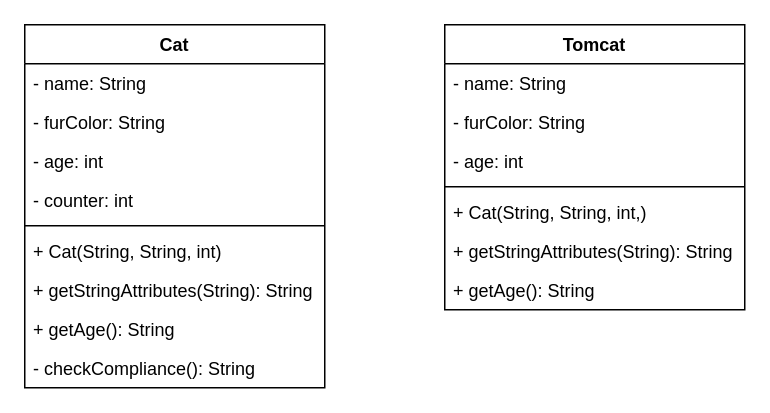
S-H1990/03b_Vererbung_Inheritance keeps this draw.io diagram as page "Cat-Tomcat" (3 of 4) of klassendiagramm.drawio. Above is the earlier version. Source tidied: cells renumbered, new cells numbered last; positions are measured from the earlier drawing's top-left corner, leaving out a move shared by most shapes. Both pictures are drawn from the tidied source at 150%, with x=0, y=0 at pixel (24, 24).
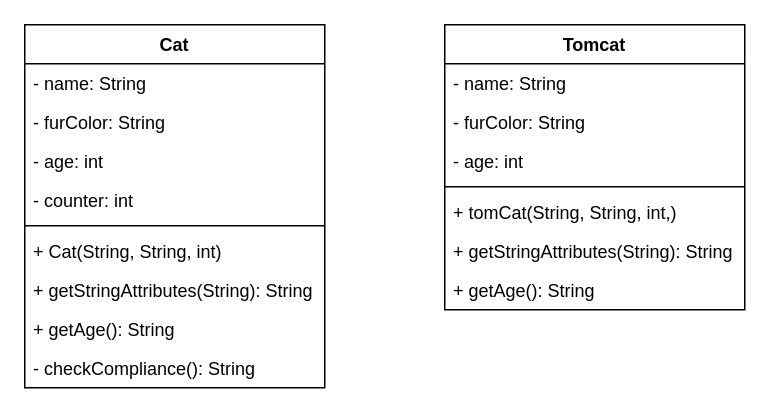
Above is the later version.

What changed in the source:
```diff
@@
 <mxGraphModel>
   <root>
     <mxCell id="0" />
     <mxCell id="1" parent="0" />
     <mxCell id="2" value="Cat" style="swimlane;fontStyle=1;align=center;verticalAlign=top;horizontal=1;startSize=26;" parent="1" vertex="1">
       <mxGeometry width="200" height="242" as="geometry" />
     </mxCell>
     <mxCell id="3" value="- name: String" style="text;strokeColor=none;fillColor=none;align=left;verticalAlign=top;spacingLeft=4;spacingRight=4;overflow=hidden;" parent="2" vertex="1">
       <mxGeometry y="26" width="200" height="26" as="geometry" />
     </mxCell>
     <mxCell id="4" value="- furColor: String" style="text;strokeColor=none;fillColor=none;align=left;verticalAlign=top;spacingLeft=4;spacingRight=4;overflow=hidden;" parent="2" vertex="1">
       <mxGeometry y="52" width="200" height="26" as="geometry" />
     </mxCell>
     <mxCell id="5" value="- age: int" style="text;strokeColor=none;fillColor=none;align=left;verticalAlign=top;spacingLeft=4;spacingRight=4;overflow=hidden;" parent="2" vertex="1">
       <mxGeometry y="78" width="200" height="26" as="geometry" />
     </mxCell>
     <mxCell id="6" value="- counter: int" style="text;strokeColor=none;fillColor=none;align=left;verticalAlign=top;spacingLeft=4;spacingRight=4;overflow=hidden;" parent="2" vertex="1">
       <mxGeometry y="104" width="200" height="26" as="geometry" />
     </mxCell>
     <mxCell id="7" style="line;strokeWidth=1;fillColor=none;align=left;verticalAlign=middle;spacingTop=-1;spacingLeft=3;spacingRight=3;labelPosition=right;strokeColor=inherit;" parent="2" vertex="1">
       <mxGeometry y="130" width="200" height="8" as="geometry" />
     </mxCell>
     <mxCell id="8" value="+ Cat(String, String, int)" style="text;strokeColor=none;fillColor=none;align=left;verticalAlign=top;spacingLeft=4;spacingRight=4;overflow=hidden;" parent="2" vertex="1">
       <mxGeometry y="138" width="200" height="26" as="geometry" />
     </mxCell>
     <mxCell id="9" value="+ getStringAttributes(String): String" style="text;strokeColor=none;fillColor=none;align=left;verticalAlign=top;spacingLeft=4;spacingRight=4;overflow=hidden;" parent="2" vertex="1">
       <mxGeometry y="164" width="200" height="26" as="geometry" />
     </mxCell>
     <mxCell id="10" value="+ getAge(): String" style="text;strokeColor=none;fillColor=none;align=left;verticalAlign=top;spacingLeft=4;spacingRight=4;overflow=hidden;" parent="2" vertex="1">
       <mxGeometry y="190" width="200" height="26" as="geometry" />
     </mxCell>
     <mxCell id="11" value="- checkCompliance(): String" style="text;strokeColor=none;fillColor=none;align=left;verticalAlign=top;spacingLeft=4;spacingRight=4;overflow=hidden;" parent="2" vertex="1">
       <mxGeometry y="216" width="200" height="26" as="geometry" />
     </mxCell>
     <mxCell id="12" value="Tomcat" style="swimlane;fontStyle=1;align=center;verticalAlign=top;horizontal=1;startSize=26;" parent="1" vertex="1">
       <mxGeometry x="280" width="200" height="190" as="geometry" />
     </mxCell>
     <mxCell id="13" value="- name: String" style="text;strokeColor=none;fillColor=none;align=left;verticalAlign=top;spacingLeft=4;spacingRight=4;overflow=hidden;" parent="12" vertex="1">
       <mxGeometry y="26" width="200" height="26" as="geometry" />
     </mxCell>
     <mxCell id="14" value="- furColor: String" style="text;strokeColor=none;fillColor=none;align=left;verticalAlign=top;spacingLeft=4;spacingRight=4;overflow=hidden;" parent="12" vertex="1">
       <mxGeometry y="52" width="200" height="26" as="geometry" />
     </mxCell>
     <mxCell id="15" value="- age: int" style="text;strokeColor=none;fillColor=none;align=left;verticalAlign=top;spacingLeft=4;spacingRight=4;overflow=hidden;" parent="12" vertex="1">
       <mxGeometry y="78" width="200" height="26" as="geometry" />
     </mxCell>
     <mxCell id="16" style="line;strokeWidth=1;fillColor=none;align=left;verticalAlign=middle;spacingTop=-1;spacingLeft=3;spacingRight=3;labelPosition=right;strokeColor=inherit;" parent="12" vertex="1">
       <mxGeometry y="104" width="200" height="8" as="geometry" />
     </mxCell>
-    <mxCell id="17" value="+ Cat(String, String, int,)" style="text;strokeColor=none;fillColor=none;align=left;verticalAlign=top;spacingLeft=4;spacingRight=4;overflow=hidden;" parent="12" vertex="1">
+    <mxCell id="17" value="+ tomCat(String, String, int,)" style="text;strokeColor=none;fillColor=none;align=left;verticalAlign=top;spacingLeft=4;spacingRight=4;overflow=hidden;" parent="12" vertex="1">
       <mxGeometry y="112" width="200" height="26" as="geometry" />
     </mxCell>
     <mxCell id="18" value="+ getStringAttributes(String): String" style="text;strokeColor=none;fillColor=none;align=left;verticalAlign=top;spacingLeft=4;spacingRight=4;overflow=hidden;" parent="12" vertex="1">
       <mxGeometry y="138" width="200" height="26" as="geometry" />
     </mxCell>
     <mxCell id="19" value="+ getAge(): String" style="text;strokeColor=none;fillColor=none;align=left;verticalAlign=top;spacingLeft=4;spacingRight=4;overflow=hidden;" parent="12" vertex="1">
       <mxGeometry y="164" width="200" height="26" as="geometry" />
     </mxCell>
   </root>
 </mxGraphModel>
```
